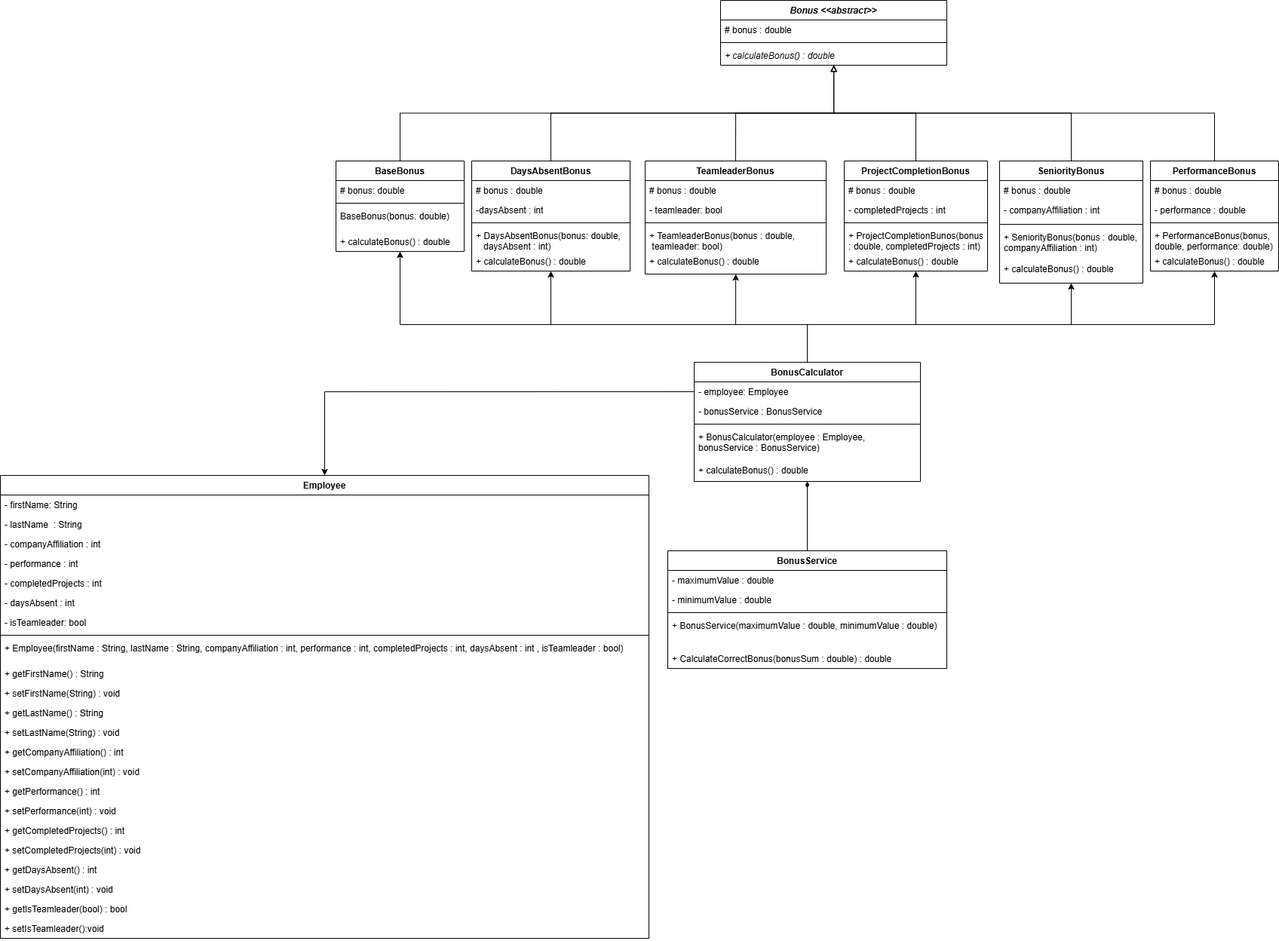
Above: DecoratorKlassendiagramm.png in DennisKasch/decorator-pattern-projekt (draw.io), before the change. Source tidied: cells renumbered, new cells last; positions are measured from the earlier drawing's top-left corner, leaving out a move shared by most shapes.
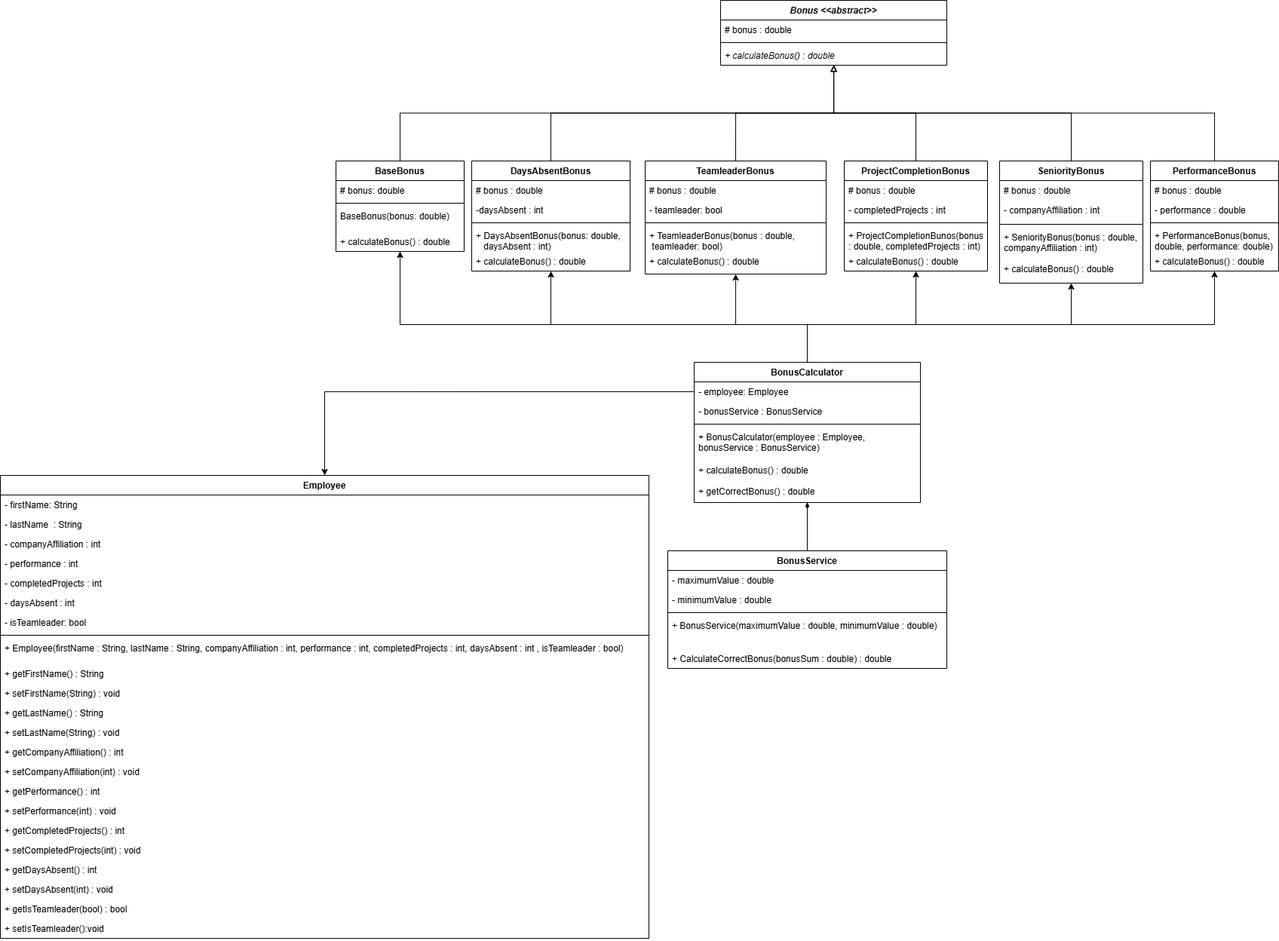
Above is the later version.

Commit message:
Updated Class Diagram

Diff of the diagram source:
```diff
@@ -273,7 +273,7 @@
       </mxGeometry>
     </mxCell>
     <mxCell id="82" value="BonusCalculator" style="swimlane;fontStyle=1;align=center;verticalAlign=top;horizontal=1;startSize=26;whiteSpace=wrap;html=1;" parent="1" vertex="1">
-      <mxGeometry x="920" y="480" width="300" height="158" as="geometry" />
+      <mxGeometry x="920" y="480" width="300" height="186" as="geometry" />
     </mxCell>
     <mxCell id="83" value="- employee: Employee&amp;nbsp;" style="text;strokeColor=none;fillColor=none;align=left;verticalAlign=top;spacingLeft=4;spacingRight=4;overflow=hidden;points=[[0,0.5],[1,0.5]];portConstraint=eastwest;whiteSpace=wrap;html=1;" parent="82" vertex="1">
       <mxGeometry y="26" width="300" height="26" as="geometry" />
@@ -290,6 +290,9 @@
     <mxCell id="87" value="+ calculateBonus() : double" style="text;strokeColor=none;fillColor=none;align=left;verticalAlign=top;spacingLeft=4;spacingRight=4;overflow=hidden;whiteSpace=wrap;html=1;" parent="82" vertex="1">
       <mxGeometry y="130" width="300" height="28" as="geometry" />
     </mxCell>
+    <mxCell id="91" value="+ getCorrectBonus() : double" style="text;strokeColor=none;fillColor=none;align=left;verticalAlign=top;spacingLeft=4;spacingRight=4;overflow=hidden;whiteSpace=wrap;html=1;" parent="82" vertex="1">
+      <mxGeometry y="158" width="300" height="28" as="geometry" />
+    </mxCell>
     <mxCell id="88" style="edgeStyle=orthogonalEdgeStyle;rounded=0;jettySize=auto;html=1;exitX=0.5;exitY=0;exitDx=0;exitDy=0;endArrow=block;endFill=0;" parent="1" edge="1" source="36" target="26">
       <mxGeometry relative="1" as="geometry" />
     </mxCell>
```
